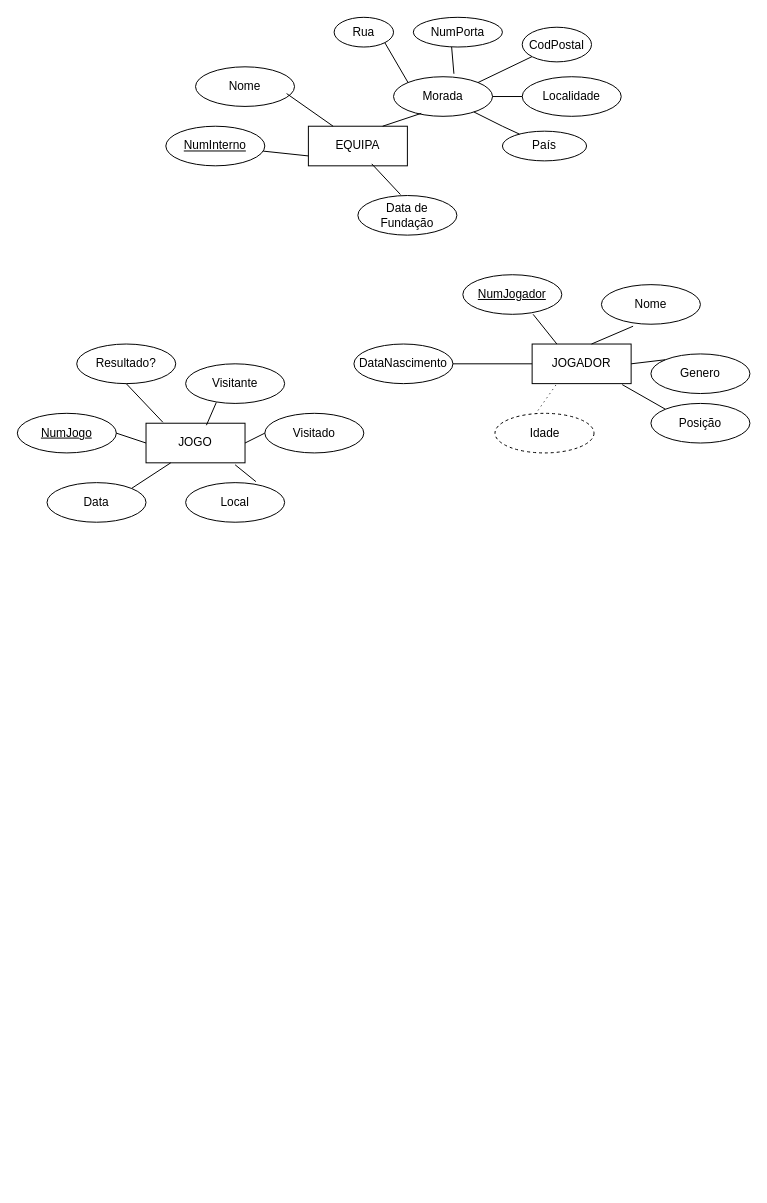
inescampos25/diagramaescolar keeps this draw.io diagram as Diagrama sem nome.drawio. Above is the earlier version. Source tidied: cells renumbered, new cells numbered last; positions are measured from the earlier drawing's top-left corner, leaving out a move shared by most shapes. Both pictures are drawn from the tidied source at 99%, with x=0, y=0 at pixel (17, 17).
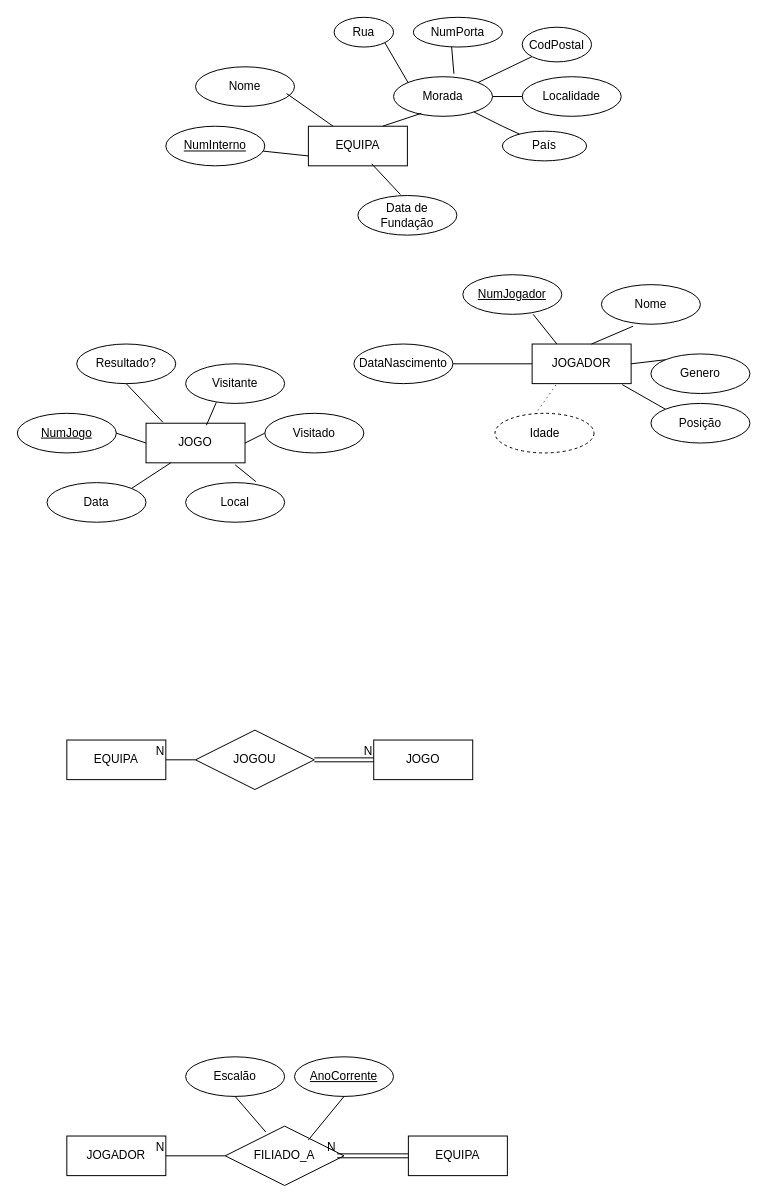
The same page after the edit.

Diff of the diagram source:
```diff
@@
+    <mxCell id="48" value="JOGOU" style="shape=rhombus;perimeter=rhombusPerimeter;whiteSpace=wrap;html=1;align=center;" parent="1" vertex="1">
+      <mxGeometry x="180" y="720" width="120" height="60" as="geometry" />
+    </mxCell>
+    <mxCell id="49" value="EQUIPA" style="whiteSpace=wrap;html=1;align=center;" parent="1" vertex="1">
+      <mxGeometry x="50" y="730" width="100" height="40" as="geometry" />
+    </mxCell>
+    <mxCell id="50" value="JOGO" style="whiteSpace=wrap;html=1;align=center;" parent="1" vertex="1">
+      <mxGeometry x="360" y="730" width="100" height="40" as="geometry" />
+    </mxCell>
+    <mxCell id="51" value="FILIADO_A" style="shape=rhombus;perimeter=rhombusPerimeter;whiteSpace=wrap;html=1;align=center;" parent="1" vertex="1">
+      <mxGeometry x="210" y="1120" width="120" height="60" as="geometry" />
+    </mxCell>
+    <mxCell id="52" value="JOGADOR" style="whiteSpace=wrap;html=1;align=center;" parent="1" vertex="1">
+      <mxGeometry x="50" y="1130" width="100" height="40" as="geometry" />
+    </mxCell>
+    <mxCell id="53" value="EQUIPA" style="whiteSpace=wrap;html=1;align=center;" parent="1" vertex="1">
+      <mxGeometry x="395" y="1130" width="100" height="40" as="geometry" />
+    </mxCell>
+    <mxCell id="54" style="shape=link;html=1;rounded=0;entryX=0.942;entryY=0.5;entryDx=0;entryDy=0;exitX=0;exitY=0.5;exitDx=0;exitDy=0;entryPerimeter=0;" parent="1" edge="1" source="53" target="51">
+      <mxGeometry relative="1" as="geometry" />
+    </mxCell>
+    <mxCell id="55" value="N" style="html=1;whiteSpace=wrap;align=right;verticalAlign=bottom;" parent="54" vertex="1">
+      <mxGeometry x="1" relative="1" as="geometry" />
+    </mxCell>
+    <mxCell id="56" value="Escalão" style="ellipse;whiteSpace=wrap;html=1;align=center;" parent="1" vertex="1">
+      <mxGeometry x="170" y="1050" width="100" height="40" as="geometry" />
+    </mxCell>
+    <mxCell id="57" style="endArrow=none;html=1;rounded=0;exitX=0.5;exitY=1;exitDx=0;exitDy=0;entryX=0.342;entryY=0.1;entryDx=0;entryDy=0;entryPerimeter=0;" parent="1" edge="1" source="56" target="51">
+      <mxGeometry relative="1" as="geometry" />
+    </mxCell>
+    <mxCell id="58" value="AnoCorrente" style="ellipse;whiteSpace=wrap;html=1;align=center;fontStyle=4;" parent="1" vertex="1">
+      <mxGeometry x="280" y="1050" width="100" height="40" as="geometry" />
+    </mxCell>
+    <mxCell id="59" style="endArrow=none;html=1;rounded=0;entryX=0.5;entryY=1;entryDx=0;entryDy=0;exitX=0.7;exitY=0.233;exitDx=0;exitDy=0;exitPerimeter=0;" parent="1" edge="1" source="51" target="58">
+      <mxGeometry relative="1" as="geometry" />
+    </mxCell>
+    <mxCell id="60" style="shape=link;html=1;rounded=0;exitX=1;exitY=0.5;exitDx=0;exitDy=0;entryX=0;entryY=0.5;entryDx=0;entryDy=0;" parent="1" edge="1" source="48" target="50">
+      <mxGeometry relative="1" as="geometry" />
+    </mxCell>
+    <mxCell id="61" value="N" style="html=1;whiteSpace=wrap;align=right;verticalAlign=bottom;" parent="60" vertex="1">
+      <mxGeometry x="1" relative="1" as="geometry" />
+    </mxCell>
+    <mxCell id="62" style="endArrow=none;html=1;rounded=0;entryX=1;entryY=0.5;entryDx=0;entryDy=0;exitX=0;exitY=0.5;exitDx=0;exitDy=0;" parent="1" edge="1" source="51" target="52">
+      <mxGeometry relative="1" as="geometry" />
+    </mxCell>
+    <mxCell id="63" value="N" style="html=1;whiteSpace=wrap;align=right;verticalAlign=bottom;" parent="62" vertex="1">
+      <mxGeometry x="1" relative="1" as="geometry" />
+    </mxCell>
+    <mxCell id="64" style="endArrow=none;html=1;rounded=0;entryX=1;entryY=0.5;entryDx=0;entryDy=0;exitX=0;exitY=0.5;exitDx=0;exitDy=0;" parent="1" edge="1" source="48" target="49">
+      <mxGeometry relative="1" as="geometry" />
+    </mxCell>
+    <mxCell id="65" value="N" style="html=1;whiteSpace=wrap;align=right;verticalAlign=bottom;" parent="64" vertex="1">
+      <mxGeometry x="1" relative="1" as="geometry" />
+    </mxCell>
```
